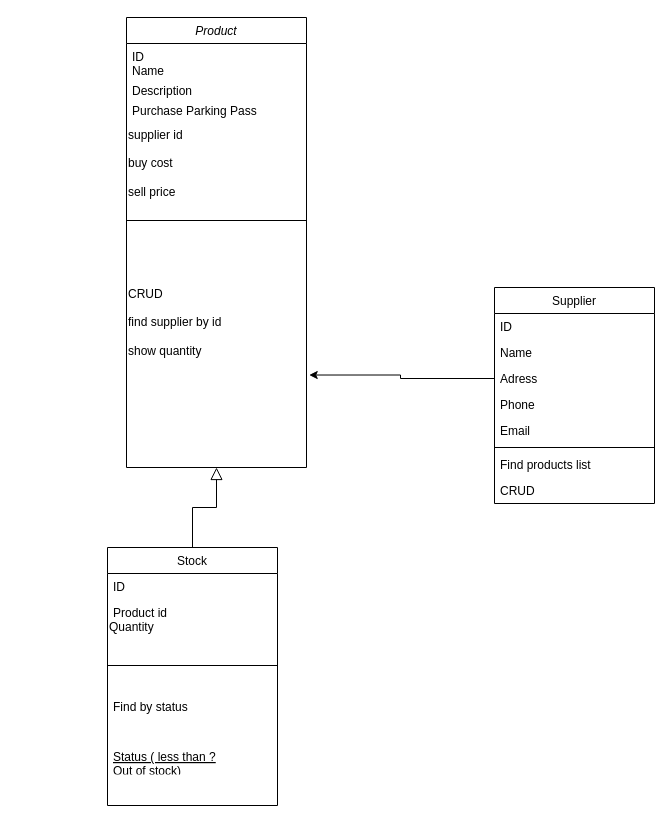
Above: Untitled Diagram.drawio in djghis/flower_shop_project (draw.io), before the change. Source tidied: cells renumbered, new cells numbered last; positions are measured from the earlier drawing's top-left corner, leaving out a move shared by most shapes. Both pictures are drawn from the tidied source at 100%, with x=0, y=0 at pixel (107, 17).
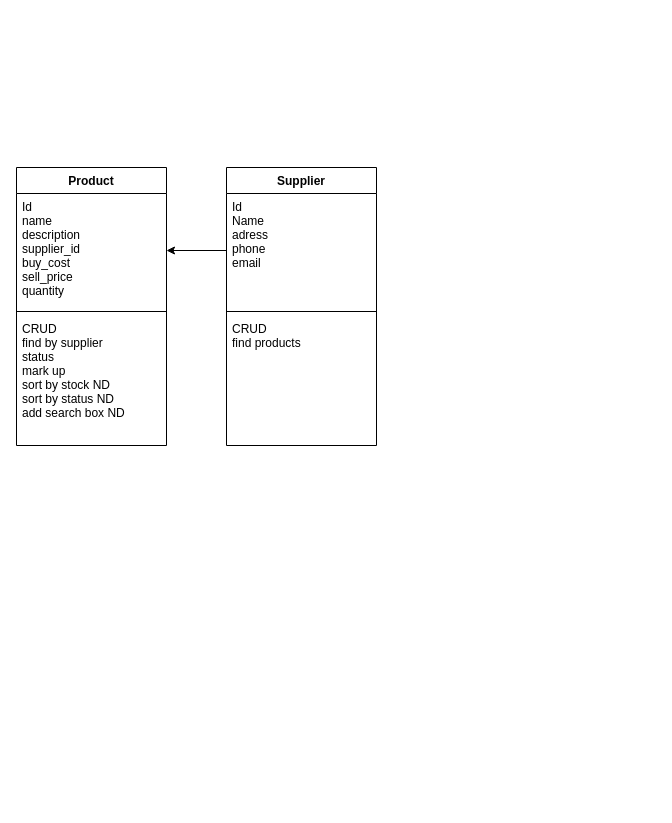
After the change.

Commit message:
classes flower project

What changed in the source:
```diff
@@
-    <mxCell id="2" value="Product" style="swimlane;fontStyle=2;align=center;verticalAlign=top;horizontal=1;startSize=26;rounded=0;shadow=0;strokeWidth=1;" parent="1" vertex="1">
-      <mxGeometry x="19" width="180" height="450" as="geometry" />
+    <mxCell id="2" value="Product" style="swimlane;fontStyle=1;align=center;verticalAlign=top;horizontal=1;startSize=26;" parent="1" vertex="1">
+      <mxGeometry x="-91" y="150" width="150" height="278" as="geometry" />
     </mxCell>
-    <mxCell id="3" value="ID&#10;" style="text;align=left;verticalAlign=top;spacingLeft=4;spacingRight=4;overflow=hidden;" parent="2" vertex="1">
-      <mxGeometry y="26" width="180" height="14" as="geometry" />
-    </mxCell>
-    <mxCell id="4" value="Name" style="text;align=left;verticalAlign=top;spacingLeft=4;spacingRight=4;overflow=hidden;rounded=0;shadow=0;html=0;" parent="2" vertex="1">
-      <mxGeometry y="40" width="180" height="20" as="geometry" />
-    </mxCell>
-    <mxCell id="5" value="Description" style="text;align=left;verticalAlign=top;spacingLeft=4;spacingRight=4;overflow=hidden;rounded=0;shadow=0;html=0;" parent="2" vertex="1">
-      <mxGeometry y="60" width="180" height="20" as="geometry" />
-    </mxCell>
-    <mxCell id="6" value="Purchase Parking Pass" style="text;align=left;verticalAlign=top;spacingLeft=4;spacingRight=4;overflow=hidden;" parent="2" vertex="1">
-      <mxGeometry y="80" width="180" height="26" as="geometry" />
-    </mxCell>
-    <mxCell id="7" value="supplier id&lt;br&gt;&lt;br&gt;buy cost&lt;br&gt;&lt;br&gt;sell price" style="text;html=1;align=left;verticalAlign=middle;fillColor=none;strokeColor=none;rounded=0;" parent="2" vertex="1">
-      <mxGeometry y="106" width="180" height="80" as="geometry" />
-    </mxCell>
-    <mxCell id="8" style="line;html=1;strokeWidth=1;align=left;verticalAlign=middle;spacingTop=-1;spacingLeft=3;spacingRight=3;labelPosition=right;" parent="2" vertex="1">
-      <mxGeometry y="186" width="180" height="34" as="geometry" />
-    </mxCell>
-    <mxCell id="9" value="CRUD&lt;br&gt;&lt;br&gt;find supplier by id&lt;br&gt;&lt;br&gt;show quantity" style="text;html=1;strokeColor=none;fillColor=none;align=left;verticalAlign=middle;whiteSpace=wrap;rounded=0;" parent="2" vertex="1">
-      <mxGeometry y="220" width="180" height="170" as="geometry" />
-    </mxCell>
-    <mxCell id="10" value="Stock" style="swimlane;fontStyle=0;align=center;verticalAlign=top;horizontal=1;startSize=26;rounded=0;shadow=0;strokeWidth=1;" parent="1" vertex="1">
-      <mxGeometry y="530" width="170" height="258" as="geometry" />
-    </mxCell>
-    <mxCell id="11" value="ID" style="text;align=left;verticalAlign=top;spacingLeft=4;spacingRight=4;overflow=hidden;" parent="10" vertex="1">
-      <mxGeometry y="26" width="170" height="26" as="geometry" />
-    </mxCell>
-    <mxCell id="12" value="Product id" style="text;align=left;verticalAlign=top;spacingLeft=4;spacingRight=4;overflow=hidden;rounded=0;shadow=0;html=0;" parent="10" vertex="1">
-      <mxGeometry y="52" width="170" height="18" as="geometry" />
-    </mxCell>
-    <mxCell id="13" value="Quantity" style="text;html=1;align=left;verticalAlign=middle;fillColor=none;strokeColor=none;rounded=0;" parent="10" vertex="1">
-      <mxGeometry y="70" width="170" height="20" as="geometry" />
-    </mxCell>
-    <mxCell id="14" style="line;html=1;strokeWidth=1;align=left;verticalAlign=middle;spacingTop=-1;spacingLeft=3;spacingRight=3;labelPosition=right;" parent="10" vertex="1">
-      <mxGeometry y="90" width="170" height="56" as="geometry" />
-    </mxCell>
-    <mxCell id="15" value="Find by status" style="text;align=left;verticalAlign=top;spacingLeft=4;spacingRight=4;overflow=hidden;" parent="10" vertex="1">
-      <mxGeometry y="146" width="170" height="50" as="geometry" />
-    </mxCell>
-    <mxCell id="16" value="Status ( less than ?&#10;Out of stock)" style="text;align=left;verticalAlign=top;spacingLeft=4;spacingRight=4;overflow=hidden;fontStyle=4;" parent="10" vertex="1">
-      <mxGeometry y="196" width="170" height="26" as="geometry" />
-    </mxCell>
-    <mxCell id="17" style="endArrow=block;endSize=10;endFill=0;shadow=0;strokeWidth=1;rounded=0;edgeStyle=elbowEdgeStyle;elbow=vertical;" parent="1" edge="1" source="10" target="2">
-      <mxGeometry relative="1" as="geometry" />
-    </mxCell>
+    <mxCell id="28" value="Id&#10;name&#10;description&#10;supplier_id&#10;buy_cost&#10;sell_price&#10;quantity" style="text;strokeColor=none;fillColor=none;align=left;verticalAlign=top;spacingLeft=4;spacingRight=4;overflow=hidden;points=[[0,0.5],[1,0.5]];portConstraint=eastwest;" parent="2" vertex="1">
+      <mxGeometry y="26" width="150" height="114" as="geometry" />
+    </mxCell>
+    <mxCell id="29" style="line;strokeWidth=1;fillColor=none;align=left;verticalAlign=middle;spacingTop=-1;spacingLeft=3;spacingRight=3;labelPosition=right;" parent="2" vertex="1">
+      <mxGeometry y="140" width="150" height="8" as="geometry" />
+    </mxCell>
+    <mxCell id="30" value="CRUD&#10;find by supplier&#10;status&#10;mark up&#10;sort by stock ND&#10;sort by status ND&#10;add search box ND" style="text;strokeColor=none;fillColor=none;align=left;verticalAlign=top;spacingLeft=4;spacingRight=4;overflow=hidden;fontColor=#000000;" parent="2" vertex="1">
+      <mxGeometry y="148" width="150" height="130" as="geometry" />
+    </mxCell>
-    <mxCell id="18" value="Supplier" style="swimlane;fontStyle=0;align=center;verticalAlign=top;horizontal=1;startSize=26;rounded=0;shadow=0;strokeWidth=1;" parent="1" vertex="1">
-      <mxGeometry x="387" y="270" width="160" height="216" as="geometry" />
+    <mxCell id="18" value="Supplier" style="swimlane;fontStyle=1;align=center;verticalAlign=top;horizontal=1;startSize=26;" parent="1" vertex="1">
+      <mxGeometry x="119" y="150" width="150" height="278" as="geometry" />
     </mxCell>
-    <mxCell id="19" value="ID" style="text;align=left;verticalAlign=top;spacingLeft=4;spacingRight=4;overflow=hidden;" parent="18" vertex="1">
-      <mxGeometry y="26" width="160" height="26" as="geometry" />
-    </mxCell>
-    <mxCell id="20" value="Name" style="text;align=left;verticalAlign=top;spacingLeft=4;spacingRight=4;overflow=hidden;rounded=0;shadow=0;html=0;" parent="18" vertex="1">
-      <mxGeometry y="52" width="160" height="26" as="geometry" />
-    </mxCell>
-    <mxCell id="21" value="Adress" style="text;align=left;verticalAlign=top;spacingLeft=4;spacingRight=4;overflow=hidden;points=[[0,0.5],[1,0.5]];portConstraint=eastwest;rounded=0;shadow=0;html=0;" parent="18" vertex="1">
-      <mxGeometry y="78" width="160" height="26" as="geometry" />
-    </mxCell>
-    <mxCell id="22" value="Phone" style="text;align=left;verticalAlign=top;spacingLeft=4;spacingRight=4;overflow=hidden;rounded=0;shadow=0;html=0;" parent="18" vertex="1">
-      <mxGeometry y="104" width="160" height="26" as="geometry" />
-    </mxCell>
-    <mxCell id="23" value="Email" style="text;align=left;verticalAlign=top;spacingLeft=4;spacingRight=4;overflow=hidden;rounded=0;shadow=0;html=0;" parent="18" vertex="1">
-      <mxGeometry y="130" width="160" height="26" as="geometry" />
-    </mxCell>
-    <mxCell id="24" style="line;html=1;strokeWidth=1;align=left;verticalAlign=middle;spacingTop=-1;spacingLeft=3;spacingRight=3;labelPosition=right;" parent="18" vertex="1">
-      <mxGeometry y="156" width="160" height="8" as="geometry" />
-    </mxCell>
-    <mxCell id="25" value="Find products list" style="text;align=left;verticalAlign=top;spacingLeft=4;spacingRight=4;overflow=hidden;" parent="18" vertex="1">
-      <mxGeometry y="164" width="160" height="26" as="geometry" />
-    </mxCell>
-    <mxCell id="26" value="CRUD" style="text;align=left;verticalAlign=top;spacingLeft=4;spacingRight=4;overflow=hidden;" parent="18" vertex="1">
-      <mxGeometry y="190" width="160" height="26" as="geometry" />
-    </mxCell>
-    <mxCell id="27" style="edgeStyle=orthogonalEdgeStyle;rounded=0;jettySize=auto;html=1;entryX=1.015;entryY=0.809;entryDx=0;entryDy=0;entryPerimeter=0;" parent="1" edge="1" source="21" target="9">
-      <mxGeometry relative="1" as="geometry" />
-    </mxCell>
+    <mxCell id="31" value="Id&#10;Name&#10;adress&#10;phone&#10;email" style="text;strokeColor=none;fillColor=none;align=left;verticalAlign=top;spacingLeft=4;spacingRight=4;overflow=hidden;points=[[0,0.5],[1,0.5]];portConstraint=eastwest;" parent="18" vertex="1">
+      <mxGeometry y="26" width="150" height="114" as="geometry" />
+    </mxCell>
+    <mxCell id="32" style="line;strokeWidth=1;fillColor=none;align=left;verticalAlign=middle;spacingTop=-1;spacingLeft=3;spacingRight=3;labelPosition=right;" parent="18" vertex="1">
+      <mxGeometry y="140" width="150" height="8" as="geometry" />
+    </mxCell>
+    <mxCell id="33" value="CRUD&#10;find products" style="text;strokeColor=none;fillColor=none;align=left;verticalAlign=top;spacingLeft=4;spacingRight=4;overflow=hidden;fontColor=#000000;" parent="18" vertex="1">
+      <mxGeometry y="148" width="150" height="130" as="geometry" />
+    </mxCell>
+    <mxCell id="34" style="edgeStyle=orthogonalEdgeStyle;rounded=0;jettySize=auto;html=1;fontColor=#000000;" parent="1" edge="1" source="31" target="28">
+      <mxGeometry relative="1" as="geometry" />
+    </mxCell>
```
